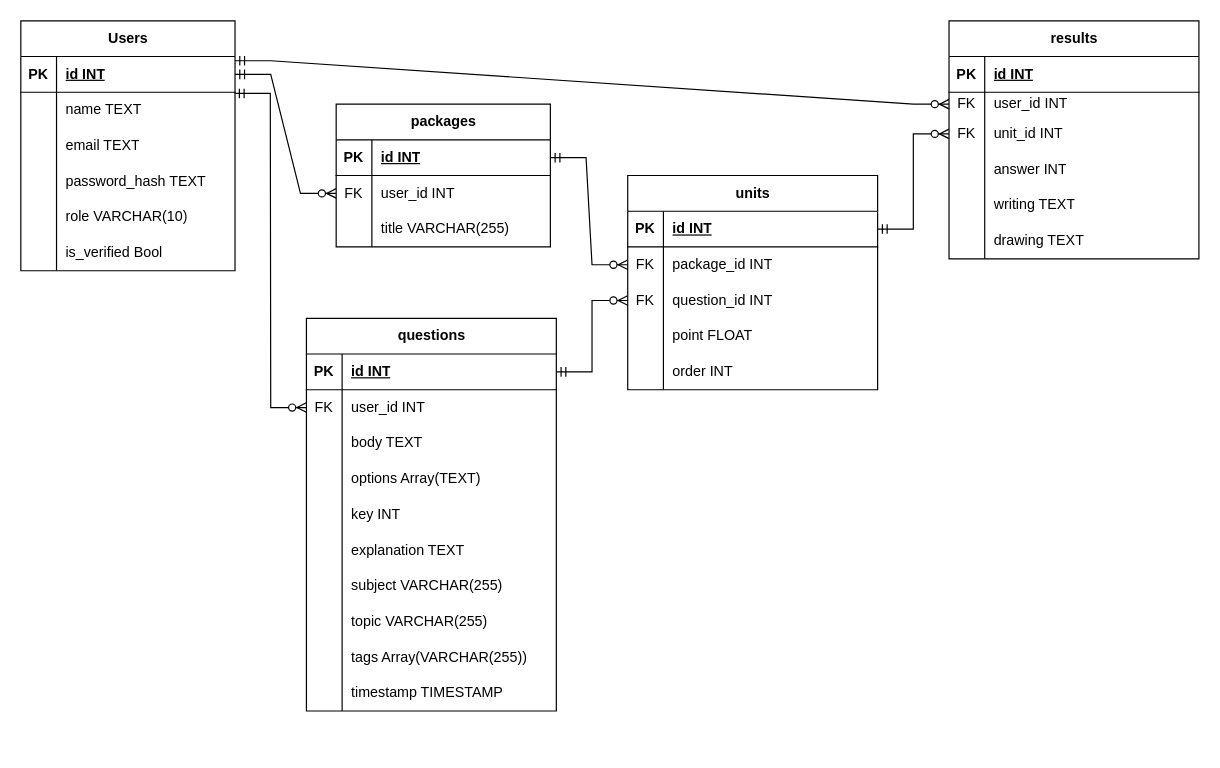
Above: Course.drawio in suryasaputra2016/YourFirstSite (draw.io), before the change. Source tidied: cells renumbered, new cells numbered last; positions are measured from the earlier drawing's top-left corner, leaving out a move shared by most shapes. Both pictures are drawn from the tidied source at 119%, with x=0, y=0 at pixel (20, 20).
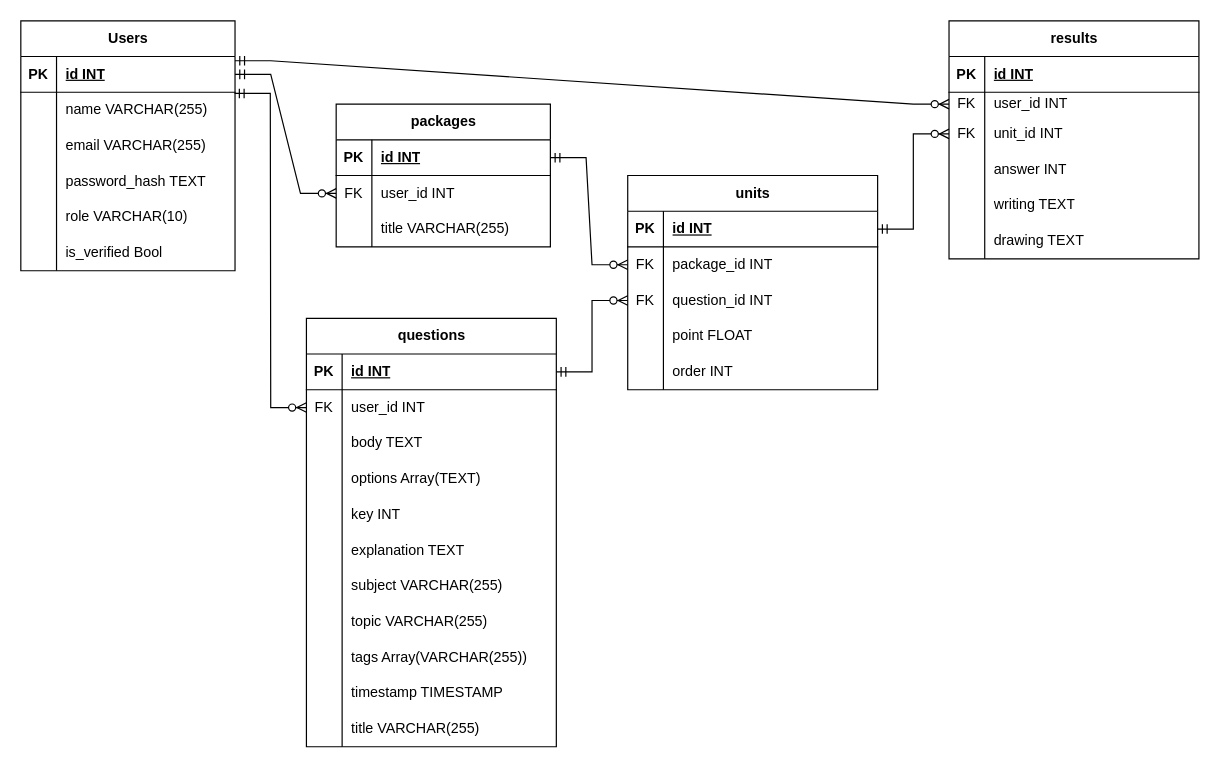
After the change.

Unchanged cells that the change refers to:
```xml
<mxCell id="63" style="shape=tableRow;horizontal=0;startSize=0;swimlaneHead=0;swimlaneBody=0;fillColor=none;top=0;left=0;right=0;bottom=0;" parent="59" vertex="1">
  <mxGeometry y="60" width="180" height="30" as="geometry" />
</mxCell>
<mxCell id="66" style="shape=tableRow;horizontal=0;startSize=0;swimlaneHead=0;swimlaneBody=0;fillColor=none;top=0;left=0;right=0;bottom=0;" parent="59" vertex="1">
  <mxGeometry y="90" width="180" height="30" as="geometry" />
</mxCell>
```

What changed in the source:
```diff
@@
     <mxCell id="2" value="questions" style="shape=table;startSize=30;childLayout=tableLayout;rowLines=0;fontStyle=1;align=center;html=1;" parent="1" vertex="1">
-      <mxGeometry x="240" y="250" width="210" height="330" as="geometry" />
+      <mxGeometry x="240" y="250" width="210" height="360" as="geometry" />
     </mxCell>
@@
+    <mxCell id="103" style="shape=tableRow;horizontal=0;startSize=0;swimlaneHead=0;swimlaneBody=0;fillColor=none;top=0;left=0;right=0;bottom=0;" parent="2" vertex="1">
+      <mxGeometry y="330" width="210" height="30" as="geometry" />
+    </mxCell>
+    <mxCell id="104" style="shape=partialRectangle;fillColor=none;top=0;left=0;bottom=0;right=0;overflow=hidden;whiteSpace=wrap;html=1;" parent="103" vertex="1">
+      <mxGeometry width="30" height="30" as="geometry" />
+    </mxCell>
+    <mxCell id="105" value="title VARCHAR(255)" style="shape=partialRectangle;fillColor=none;top=0;left=0;bottom=0;right=0;align=left;spacingLeft=6;overflow=hidden;whiteSpace=wrap;html=1;" parent="103" vertex="1">
+      <mxGeometry x="30" width="180" height="30" as="geometry" />
+    </mxCell>
@@
-    <mxCell id="65" value="name TEXT" style="shape=partialRectangle;fillColor=none;top=0;left=0;bottom=0;right=0;align=left;spacingLeft=6;overflow=hidden;whiteSpace=wrap;html=1;" parent="63" vertex="1">
+    <mxCell id="65" value="name VARCHAR(255)" style="shape=partialRectangle;fillColor=none;top=0;left=0;bottom=0;right=0;align=left;spacingLeft=6;overflow=hidden;whiteSpace=wrap;html=1;" parent="63" vertex="1">
       <mxGeometry x="30" width="150" height="30" as="geometry" />
     </mxCell>
@@
-    <mxCell id="68" value="email TEXT" style="shape=partialRectangle;fillColor=none;top=0;left=0;bottom=0;right=0;align=left;spacingLeft=6;overflow=hidden;whiteSpace=wrap;html=1;" parent="66" vertex="1">
+    <mxCell id="68" value="email VARCHAR(255)" style="shape=partialRectangle;fillColor=none;top=0;left=0;bottom=0;right=0;align=left;spacingLeft=6;overflow=hidden;whiteSpace=wrap;html=1;" parent="66" vertex="1">
       <mxGeometry x="30" width="150" height="30" as="geometry" />
     </mxCell>
```
